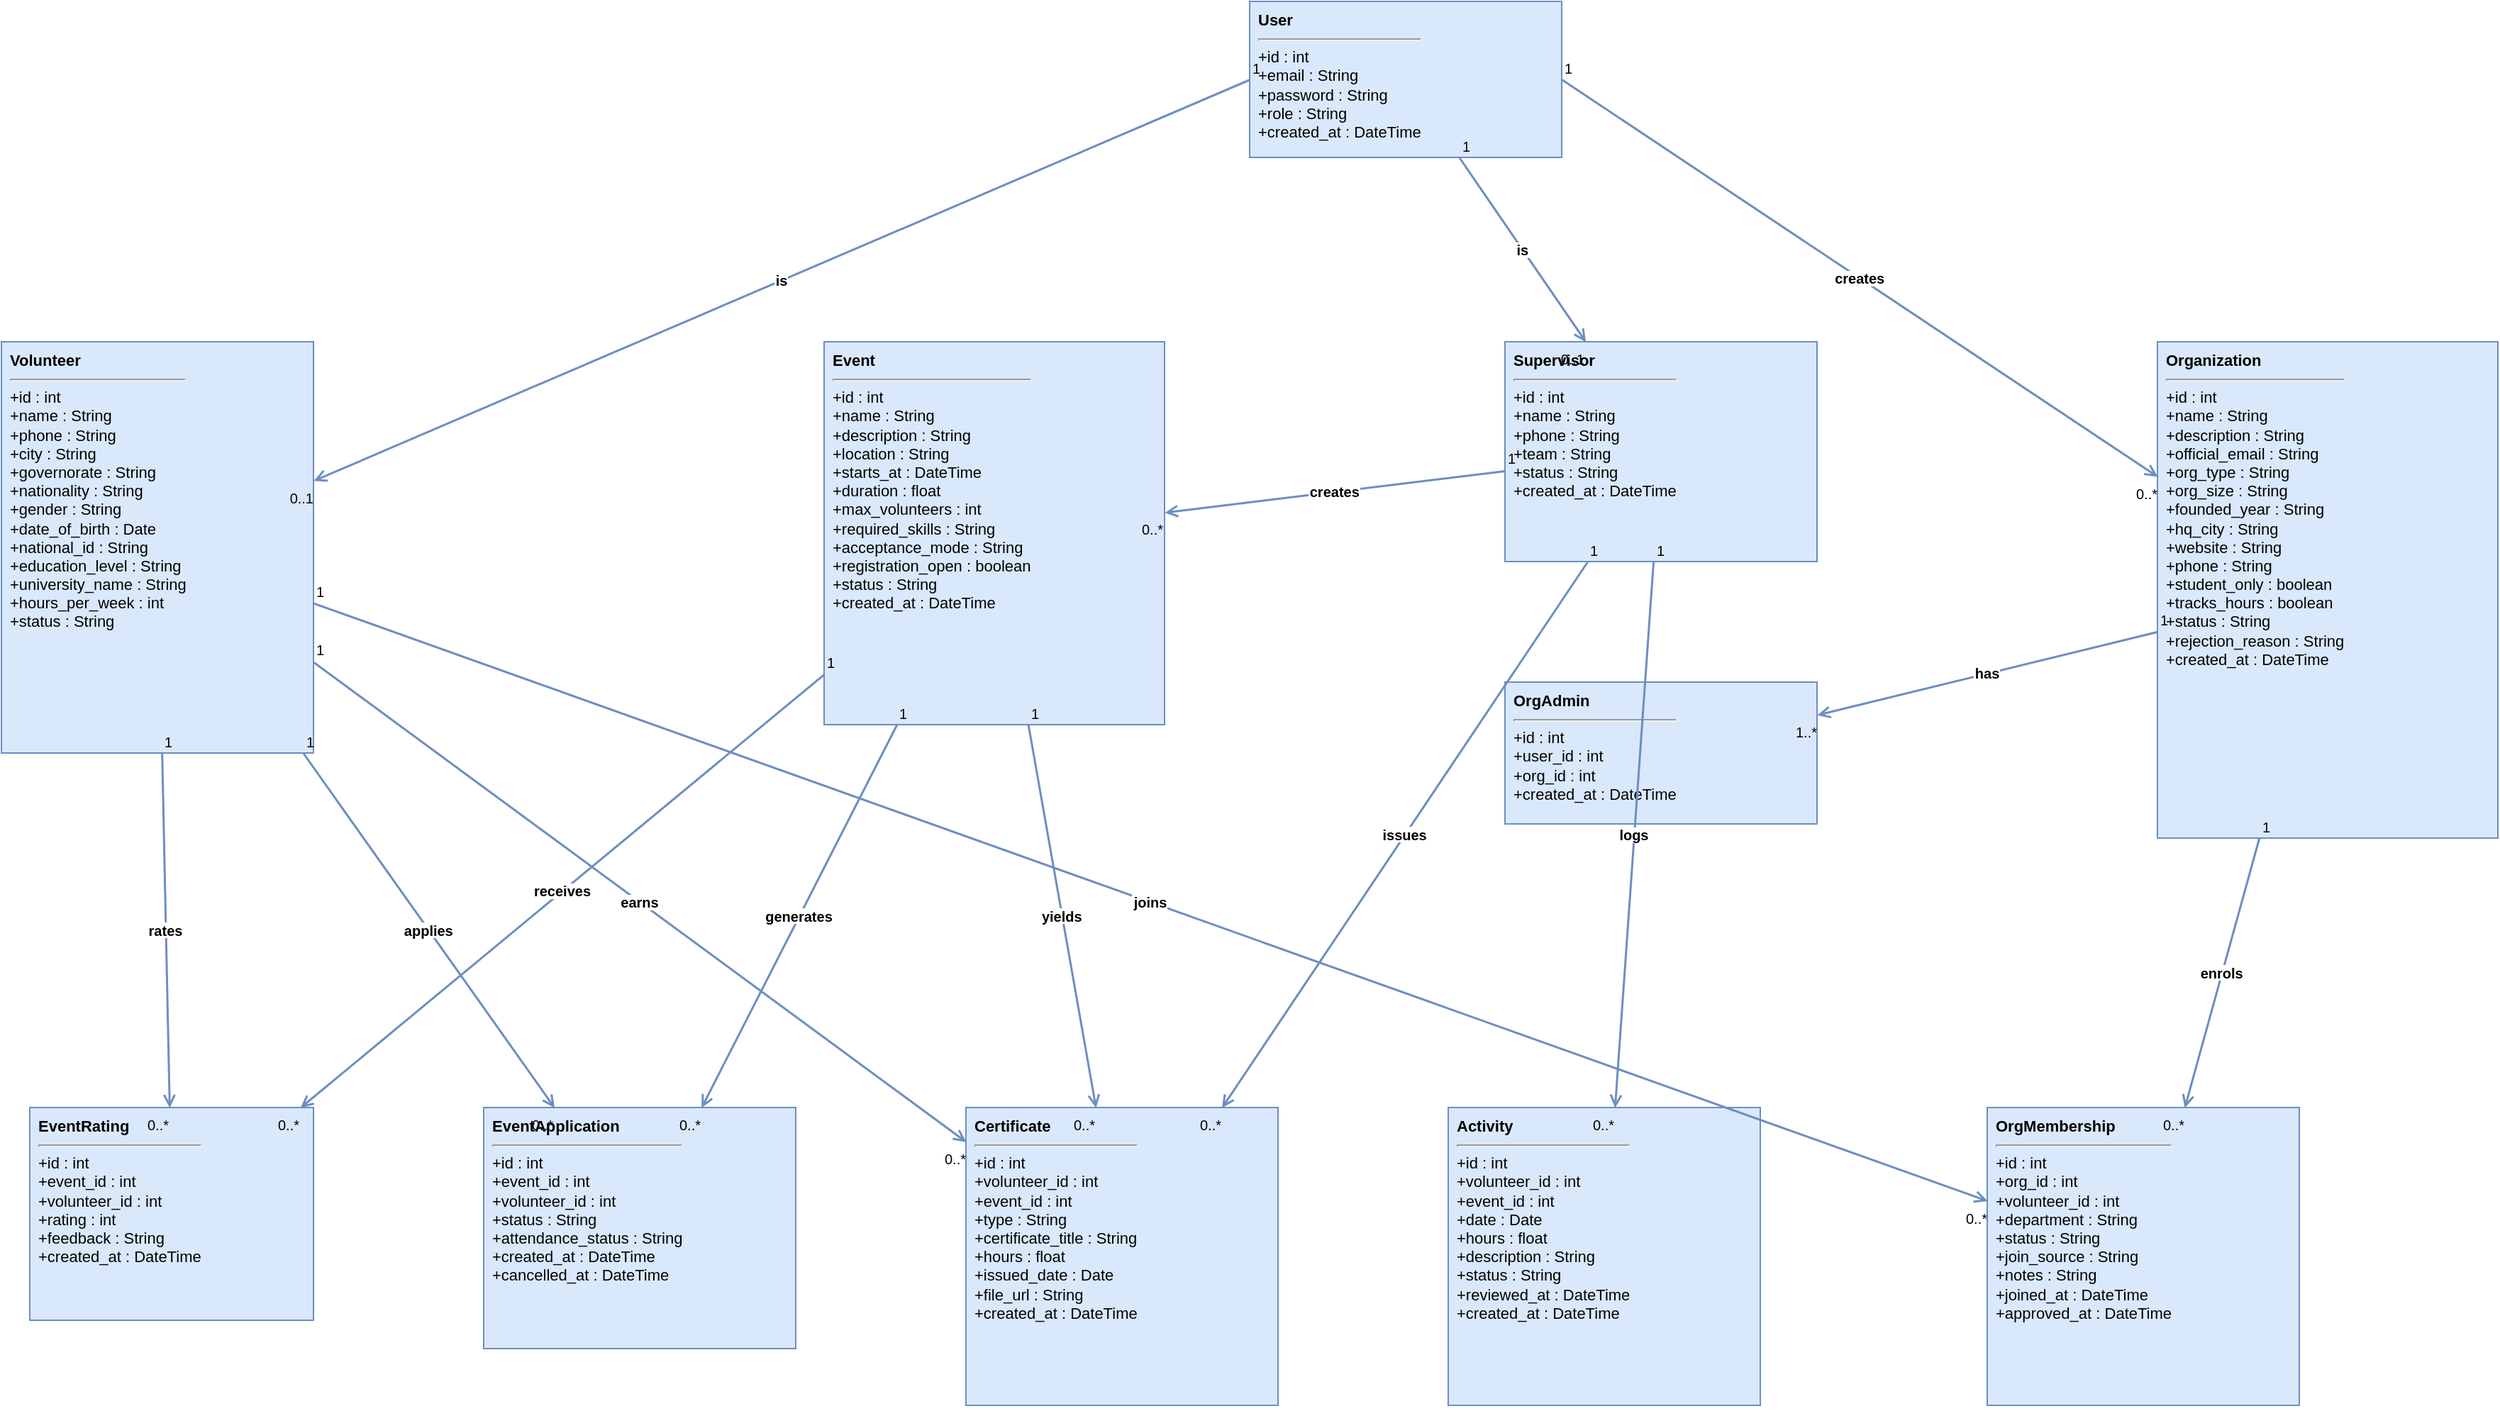
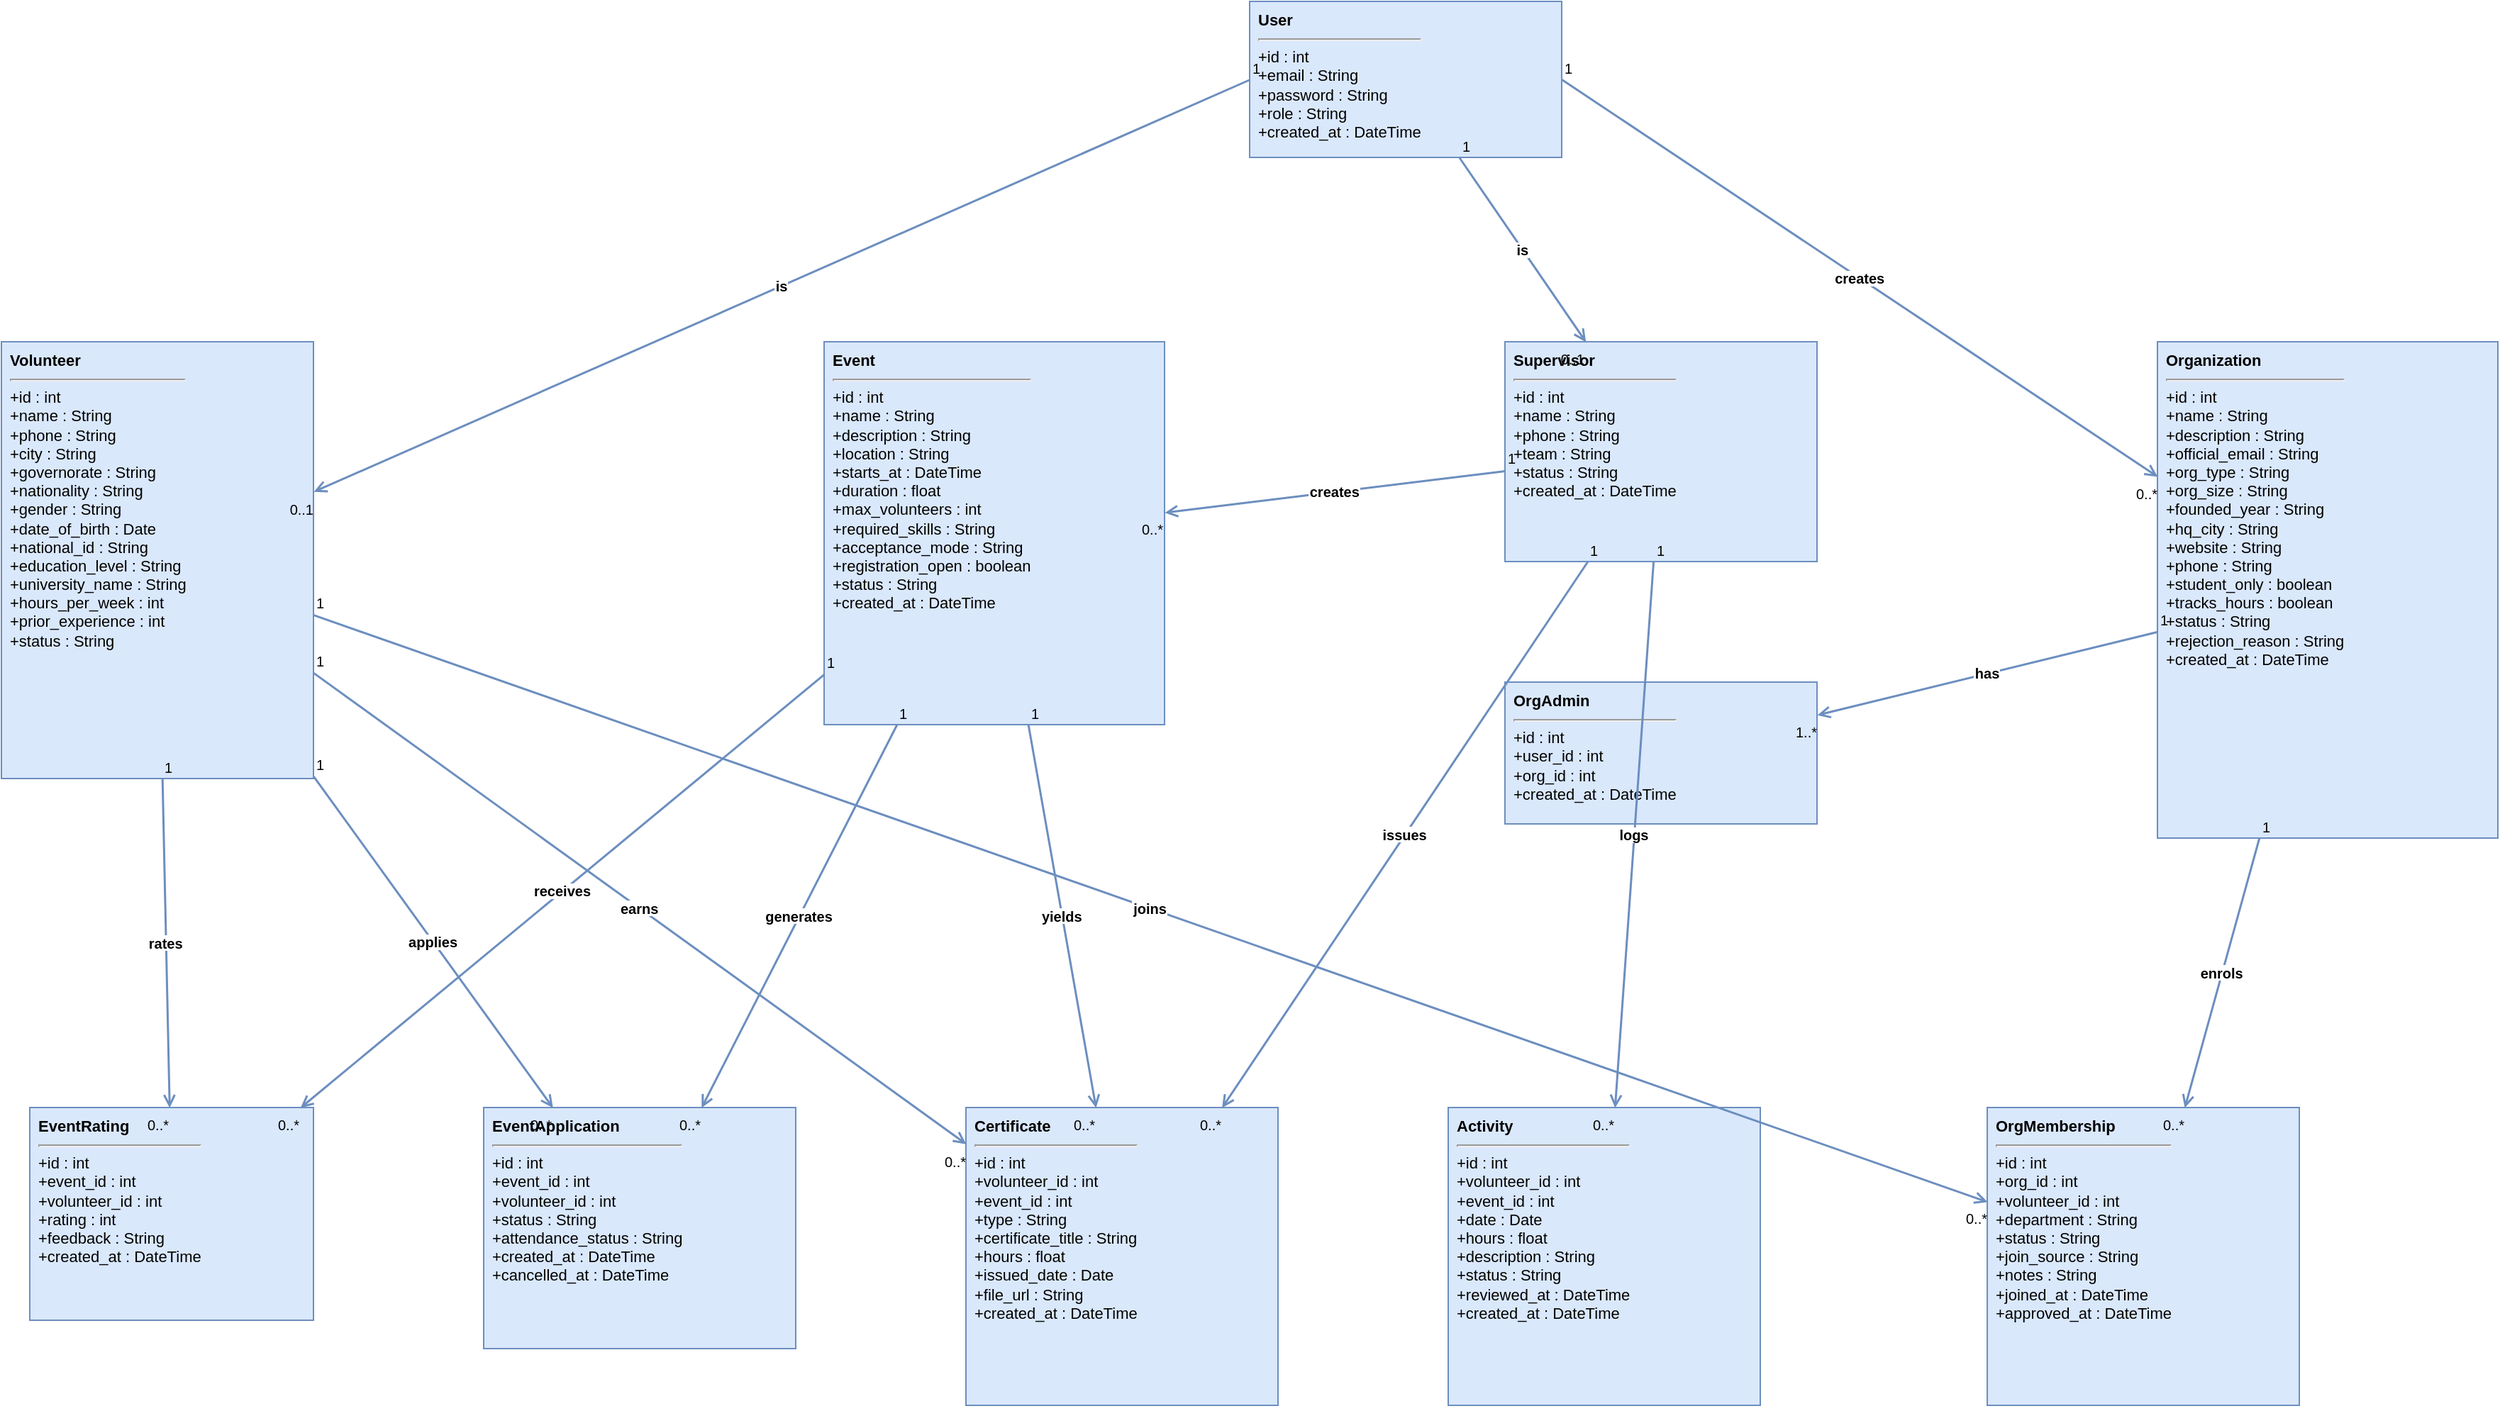
<?xml version="1.0" encoding="UTF-8"?>
<mxGraphModel dx="1422" dy="762" grid="1" gridSize="10" guides="1" tooltips="1" connect="1" arrows="1" fold="1" page="1" pageScale="1" pageWidth="2400" pageHeight="1600" math="0" shadow="0">
  <root>
    <mxCell id="0" />
    <mxCell id="1" parent="0" />

    <!-- USER -->
    <mxCell id="User" value="&lt;b&gt;User&lt;/b&gt;&lt;hr/&gt;+id : int&lt;br/&gt;+email : String&lt;br/&gt;+password : String&lt;br/&gt;+role : String&lt;br/&gt;+created_at : DateTime" style="text;html=1;strokeColor=#6c8ebf;fillColor=#dae8fc;align=left;verticalAlign=top;spacingLeft=4;spacingRight=4;overflow=hidden;rotatable=0;fontSize=11;whiteSpace=nowrap;" vertex="1" parent="1">
      <mxGeometry x="920" y="40" width="220" height="110" as="geometry" />
    </mxCell>

    <!-- VOLUNTEER -->
-     <mxCell id="Vol" value="&lt;b&gt;Volunteer&lt;/b&gt;&lt;hr/&gt;+id : int&lt;br/&gt;+name : String&lt;br/&gt;+phone : String&lt;br/&gt;+city : String&lt;br/&gt;+governorate : String&lt;br/&gt;+nationality : String&lt;br/&gt;+gender : String&lt;br/&gt;+date_of_birth : Date&lt;br/&gt;+national_id : String&lt;br/&gt;+education_level : String&lt;br/&gt;+university_name : String&lt;br/&gt;+hours_per_week : int&lt;br/&gt;+status : String" style="text;html=1;strokeColor=#6c8ebf;fillColor=#dae8fc;align=left;verticalAlign=top;spacingLeft=4;spacingRight=4;overflow=hidden;rotatable=0;fontSize=11;whiteSpace=nowrap;" vertex="1" parent="1">
-       <mxGeometry x="40" y="280" width="220" height="290" as="geometry" />
+     <mxCell id="Vol" value="&lt;b&gt;Volunteer&lt;/b&gt;&lt;hr/&gt;+id : int&lt;br/&gt;+name : String&lt;br/&gt;+phone : String&lt;br/&gt;+city : String&lt;br/&gt;+governorate : String&lt;br/&gt;+nationality : String&lt;br/&gt;+gender : String&lt;br/&gt;+date_of_birth : Date&lt;br/&gt;+national_id : String&lt;br/&gt;+education_level : String&lt;br/&gt;+university_name : String&lt;br/&gt;+hours_per_week : int&lt;br/&gt;+prior_experience : int&lt;br/&gt;+status : String" style="text;html=1;strokeColor=#6c8ebf;fillColor=#dae8fc;align=left;verticalAlign=top;spacingLeft=4;spacingRight=4;overflow=hidden;rotatable=0;fontSize=11;whiteSpace=nowrap;" vertex="1" parent="1">
+       <mxGeometry x="40" y="280" width="220" height="308" as="geometry" />
    </mxCell>

    <!-- EVENT -->
    <mxCell id="Evt" value="&lt;b&gt;Event&lt;/b&gt;&lt;hr/&gt;+id : int&lt;br/&gt;+name : String&lt;br/&gt;+description : String&lt;br/&gt;+location : String&lt;br/&gt;+starts_at : DateTime&lt;br/&gt;+duration : float&lt;br/&gt;+max_volunteers : int&lt;br/&gt;+required_skills : String&lt;br/&gt;+acceptance_mode : String&lt;br/&gt;+registration_open : boolean&lt;br/&gt;+status : String&lt;br/&gt;+created_at : DateTime" style="text;html=1;strokeColor=#6c8ebf;fillColor=#dae8fc;align=left;verticalAlign=top;spacingLeft=4;spacingRight=4;overflow=hidden;rotatable=0;fontSize=11;whiteSpace=nowrap;" vertex="1" parent="1">
      <mxGeometry x="620" y="280" width="240" height="270" as="geometry" />
    </mxCell>

    <!-- SUPERVISOR -->
    <mxCell id="Sup" value="&lt;b&gt;Supervisor&lt;/b&gt;&lt;hr/&gt;+id : int&lt;br/&gt;+name : String&lt;br/&gt;+phone : String&lt;br/&gt;+team : String&lt;br/&gt;+status : String&lt;br/&gt;+created_at : DateTime" style="text;html=1;strokeColor=#6c8ebf;fillColor=#dae8fc;align=left;verticalAlign=top;spacingLeft=4;spacingRight=4;overflow=hidden;rotatable=0;fontSize=11;whiteSpace=nowrap;" vertex="1" parent="1">
      <mxGeometry x="1100" y="280" width="220" height="155" as="geometry" />
    </mxCell>

    <!-- ORGADMIN -->
    <mxCell id="OA" value="&lt;b&gt;OrgAdmin&lt;/b&gt;&lt;hr/&gt;+id : int&lt;br/&gt;+user_id : int&lt;br/&gt;+org_id : int&lt;br/&gt;+created_at : DateTime" style="text;html=1;strokeColor=#6c8ebf;fillColor=#dae8fc;align=left;verticalAlign=top;spacingLeft=4;spacingRight=4;overflow=hidden;rotatable=0;fontSize=11;whiteSpace=nowrap;" vertex="1" parent="1">
      <mxGeometry x="1100" y="520" width="220" height="100" as="geometry" />
    </mxCell>

    <!-- ORGANIZATION -->
    <mxCell id="Org" value="&lt;b&gt;Organization&lt;/b&gt;&lt;hr/&gt;+id : int&lt;br/&gt;+name : String&lt;br/&gt;+description : String&lt;br/&gt;+official_email : String&lt;br/&gt;+org_type : String&lt;br/&gt;+org_size : String&lt;br/&gt;+founded_year : String&lt;br/&gt;+hq_city : String&lt;br/&gt;+website : String&lt;br/&gt;+phone : String&lt;br/&gt;+student_only : boolean&lt;br/&gt;+tracks_hours : boolean&lt;br/&gt;+status : String&lt;br/&gt;+rejection_reason : String&lt;br/&gt;+created_at : DateTime" style="text;html=1;strokeColor=#6c8ebf;fillColor=#dae8fc;align=left;verticalAlign=top;spacingLeft=4;spacingRight=4;overflow=hidden;rotatable=0;fontSize=11;whiteSpace=nowrap;" vertex="1" parent="1">
      <mxGeometry x="1560" y="280" width="240" height="350" as="geometry" />
    </mxCell>

    <!-- EVENT APPLICATION -->
    <mxCell id="EA" value="&lt;b&gt;EventApplication&lt;/b&gt;&lt;hr/&gt;+id : int&lt;br/&gt;+event_id : int&lt;br/&gt;+volunteer_id : int&lt;br/&gt;+status : String&lt;br/&gt;+attendance_status : String&lt;br/&gt;+created_at : DateTime&lt;br/&gt;+cancelled_at : DateTime" style="text;html=1;strokeColor=#6c8ebf;fillColor=#dae8fc;align=left;verticalAlign=top;spacingLeft=4;spacingRight=4;overflow=hidden;rotatable=0;fontSize=11;whiteSpace=nowrap;" vertex="1" parent="1">
      <mxGeometry x="380" y="820" width="220" height="170" as="geometry" />
    </mxCell>

    <!-- CERTIFICATE -->
    <mxCell id="Cert" value="&lt;b&gt;Certificate&lt;/b&gt;&lt;hr/&gt;+id : int&lt;br/&gt;+volunteer_id : int&lt;br/&gt;+event_id : int&lt;br/&gt;+type : String&lt;br/&gt;+certificate_title : String&lt;br/&gt;+hours : float&lt;br/&gt;+issued_date : Date&lt;br/&gt;+file_url : String&lt;br/&gt;+created_at : DateTime" style="text;html=1;strokeColor=#6c8ebf;fillColor=#dae8fc;align=left;verticalAlign=top;spacingLeft=4;spacingRight=4;overflow=hidden;rotatable=0;fontSize=11;whiteSpace=nowrap;" vertex="1" parent="1">
      <mxGeometry x="720" y="820" width="220" height="210" as="geometry" />
    </mxCell>

    <!-- ACTIVITY -->
    <mxCell id="Act" value="&lt;b&gt;Activity&lt;/b&gt;&lt;hr/&gt;+id : int&lt;br/&gt;+volunteer_id : int&lt;br/&gt;+event_id : int&lt;br/&gt;+date : Date&lt;br/&gt;+hours : float&lt;br/&gt;+description : String&lt;br/&gt;+status : String&lt;br/&gt;+reviewed_at : DateTime&lt;br/&gt;+created_at : DateTime" style="text;html=1;strokeColor=#6c8ebf;fillColor=#dae8fc;align=left;verticalAlign=top;spacingLeft=4;spacingRight=4;overflow=hidden;rotatable=0;fontSize=11;whiteSpace=nowrap;" vertex="1" parent="1">
      <mxGeometry x="1060" y="820" width="220" height="210" as="geometry" />
    </mxCell>

    <!-- ORG MEMBERSHIP -->
    <mxCell id="OM" value="&lt;b&gt;OrgMembership&lt;/b&gt;&lt;hr/&gt;+id : int&lt;br/&gt;+org_id : int&lt;br/&gt;+volunteer_id : int&lt;br/&gt;+department : String&lt;br/&gt;+status : String&lt;br/&gt;+join_source : String&lt;br/&gt;+notes : String&lt;br/&gt;+joined_at : DateTime&lt;br/&gt;+approved_at : DateTime" style="text;html=1;strokeColor=#6c8ebf;fillColor=#dae8fc;align=left;verticalAlign=top;spacingLeft=4;spacingRight=4;overflow=hidden;rotatable=0;fontSize=11;whiteSpace=nowrap;" vertex="1" parent="1">
      <mxGeometry x="1440" y="820" width="220" height="210" as="geometry" />
    </mxCell>

    <!-- EVENT RATING -->
    <mxCell id="ER" value="&lt;b&gt;EventRating&lt;/b&gt;&lt;hr/&gt;+id : int&lt;br/&gt;+event_id : int&lt;br/&gt;+volunteer_id : int&lt;br/&gt;+rating : int&lt;br/&gt;+feedback : String&lt;br/&gt;+created_at : DateTime" style="text;html=1;strokeColor=#6c8ebf;fillColor=#dae8fc;align=left;verticalAlign=top;spacingLeft=4;spacingRight=4;overflow=hidden;rotatable=0;fontSize=11;whiteSpace=nowrap;" vertex="1" parent="1">
      <mxGeometry x="60" y="820" width="200" height="150" as="geometry" />
    </mxCell>

    <!-- ===== RELATIONSHIPS ===== -->

    <!-- User → Volunteer : is -->
    <mxCell id="r_UV" value="is" style="endArrow=open;endFill=0;strokeColor=#6c8ebf;strokeWidth=1.5;fontSize=10;fontStyle=1;exitX=0;exitY=0.5;exitDx=0;exitDy=0;" edge="1" parent="1" source="User" target="Vol">
      <mxGeometry relative="1" as="geometry" />
    </mxCell>
    <mxCell id="r_UV_s" value="1" style="resizable=0;html=1;align=left;verticalAlign=bottom;labelBackgroundColor=none;fontSize=10;" connectable="0" vertex="1" parent="r_UV"><mxGeometry x="-1" relative="1" as="geometry"><mxPoint as="offset"/></mxGeometry></mxCell>
    <mxCell id="r_UV_t" value="0..1" style="resizable=0;html=1;align=right;verticalAlign=top;labelBackgroundColor=none;fontSize=10;" connectable="0" vertex="1" parent="r_UV"><mxGeometry x="1" relative="1" as="geometry"><mxPoint as="offset"/></mxGeometry></mxCell>

    <!-- User → Supervisor : is -->
    <mxCell id="r_US" value="is" style="endArrow=open;endFill=0;strokeColor=#6c8ebf;strokeWidth=1.5;fontSize=10;fontStyle=1;" edge="1" parent="1" source="User" target="Sup">
      <mxGeometry relative="1" as="geometry" />
    </mxCell>
    <mxCell id="r_US_s" value="1" style="resizable=0;html=1;align=left;verticalAlign=bottom;labelBackgroundColor=none;fontSize=10;" connectable="0" vertex="1" parent="r_US"><mxGeometry x="-1" relative="1" as="geometry"><mxPoint as="offset"/></mxGeometry></mxCell>
    <mxCell id="r_US_t" value="0..1" style="resizable=0;html=1;align=right;verticalAlign=top;labelBackgroundColor=none;fontSize=10;" connectable="0" vertex="1" parent="r_US"><mxGeometry x="1" relative="1" as="geometry"><mxPoint as="offset"/></mxGeometry></mxCell>

    <!-- User → Organization : creates -->
    <mxCell id="r_UOrg" value="creates" style="endArrow=open;endFill=0;strokeColor=#6c8ebf;strokeWidth=1.5;fontSize=10;fontStyle=1;exitX=1;exitY=0.5;exitDx=0;exitDy=0;" edge="1" parent="1" source="User" target="Org">
      <mxGeometry relative="1" as="geometry" />
    </mxCell>
    <mxCell id="r_UOrg_s" value="1" style="resizable=0;html=1;align=left;verticalAlign=bottom;labelBackgroundColor=none;fontSize=10;" connectable="0" vertex="1" parent="r_UOrg"><mxGeometry x="-1" relative="1" as="geometry"><mxPoint as="offset"/></mxGeometry></mxCell>
    <mxCell id="r_UOrg_t" value="0..*" style="resizable=0;html=1;align=right;verticalAlign=top;labelBackgroundColor=none;fontSize=10;" connectable="0" vertex="1" parent="r_UOrg"><mxGeometry x="1" relative="1" as="geometry"><mxPoint as="offset"/></mxGeometry></mxCell>

    <!-- Supervisor → Event : creates -->
    <mxCell id="r_SE" value="creates" style="endArrow=open;endFill=0;strokeColor=#6c8ebf;strokeWidth=1.5;fontSize=10;fontStyle=1;" edge="1" parent="1" source="Sup" target="Evt">
      <mxGeometry relative="1" as="geometry" />
    </mxCell>
    <mxCell id="r_SE_s" value="1" style="resizable=0;html=1;align=left;verticalAlign=bottom;labelBackgroundColor=none;fontSize=10;" connectable="0" vertex="1" parent="r_SE"><mxGeometry x="-1" relative="1" as="geometry"><mxPoint as="offset"/></mxGeometry></mxCell>
    <mxCell id="r_SE_t" value="0..*" style="resizable=0;html=1;align=right;verticalAlign=top;labelBackgroundColor=none;fontSize=10;" connectable="0" vertex="1" parent="r_SE"><mxGeometry x="1" relative="1" as="geometry"><mxPoint as="offset"/></mxGeometry></mxCell>

    <!-- Organization → OrgAdmin : has -->
    <mxCell id="r_OOA" value="has" style="endArrow=open;endFill=0;strokeColor=#6c8ebf;strokeWidth=1.5;fontSize=10;fontStyle=1;" edge="1" parent="1" source="Org" target="OA">
      <mxGeometry relative="1" as="geometry" />
    </mxCell>
    <mxCell id="r_OOA_s" value="1" style="resizable=0;html=1;align=left;verticalAlign=bottom;labelBackgroundColor=none;fontSize=10;" connectable="0" vertex="1" parent="r_OOA"><mxGeometry x="-1" relative="1" as="geometry"><mxPoint as="offset"/></mxGeometry></mxCell>
    <mxCell id="r_OOA_t" value="1..*" style="resizable=0;html=1;align=right;verticalAlign=top;labelBackgroundColor=none;fontSize=10;" connectable="0" vertex="1" parent="r_OOA"><mxGeometry x="1" relative="1" as="geometry"><mxPoint as="offset"/></mxGeometry></mxCell>

    <!-- Organization → OrgMembership : enrols -->
    <mxCell id="r_OOM" value="enrols" style="endArrow=open;endFill=0;strokeColor=#6c8ebf;strokeWidth=1.5;fontSize=10;fontStyle=1;" edge="1" parent="1" source="Org" target="OM">
      <mxGeometry relative="1" as="geometry" />
    </mxCell>
    <mxCell id="r_OOM_s" value="1" style="resizable=0;html=1;align=left;verticalAlign=bottom;labelBackgroundColor=none;fontSize=10;" connectable="0" vertex="1" parent="r_OOM"><mxGeometry x="-1" relative="1" as="geometry"><mxPoint as="offset"/></mxGeometry></mxCell>
    <mxCell id="r_OOM_t" value="0..*" style="resizable=0;html=1;align=right;verticalAlign=top;labelBackgroundColor=none;fontSize=10;" connectable="0" vertex="1" parent="r_OOM"><mxGeometry x="1" relative="1" as="geometry"><mxPoint as="offset"/></mxGeometry></mxCell>

    <!-- Volunteer → EventApplication : applies -->
    <mxCell id="r_VEA" value="applies" style="endArrow=open;endFill=0;strokeColor=#6c8ebf;strokeWidth=1.5;fontSize=10;fontStyle=1;" edge="1" parent="1" source="Vol" target="EA">
      <mxGeometry relative="1" as="geometry" />
    </mxCell>
    <mxCell id="r_VEA_s" value="1" style="resizable=0;html=1;align=left;verticalAlign=bottom;labelBackgroundColor=none;fontSize=10;" connectable="0" vertex="1" parent="r_VEA"><mxGeometry x="-1" relative="1" as="geometry"><mxPoint as="offset"/></mxGeometry></mxCell>
    <mxCell id="r_VEA_t" value="0..*" style="resizable=0;html=1;align=right;verticalAlign=top;labelBackgroundColor=none;fontSize=10;" connectable="0" vertex="1" parent="r_VEA"><mxGeometry x="1" relative="1" as="geometry"><mxPoint as="offset"/></mxGeometry></mxCell>

    <!-- Volunteer → EventRating : rates -->
    <mxCell id="r_VER" value="rates" style="endArrow=open;endFill=0;strokeColor=#6c8ebf;strokeWidth=1.5;fontSize=10;fontStyle=1;" edge="1" parent="1" source="Vol" target="ER">
      <mxGeometry relative="1" as="geometry" />
    </mxCell>
    <mxCell id="r_VER_s" value="1" style="resizable=0;html=1;align=left;verticalAlign=bottom;labelBackgroundColor=none;fontSize=10;" connectable="0" vertex="1" parent="r_VER"><mxGeometry x="-1" relative="1" as="geometry"><mxPoint as="offset"/></mxGeometry></mxCell>
    <mxCell id="r_VER_t" value="0..*" style="resizable=0;html=1;align=right;verticalAlign=top;labelBackgroundColor=none;fontSize=10;" connectable="0" vertex="1" parent="r_VER"><mxGeometry x="1" relative="1" as="geometry"><mxPoint as="offset"/></mxGeometry></mxCell>

    <!-- Volunteer → Certificate : earns -->
    <mxCell id="r_VCert" value="earns" style="endArrow=open;endFill=0;strokeColor=#6c8ebf;strokeWidth=1.5;fontSize=10;fontStyle=1;" edge="1" parent="1" source="Vol" target="Cert">
      <mxGeometry relative="1" as="geometry" />
    </mxCell>
    <mxCell id="r_VCert_s" value="1" style="resizable=0;html=1;align=left;verticalAlign=bottom;labelBackgroundColor=none;fontSize=10;" connectable="0" vertex="1" parent="r_VCert"><mxGeometry x="-1" relative="1" as="geometry"><mxPoint as="offset"/></mxGeometry></mxCell>
    <mxCell id="r_VCert_t" value="0..*" style="resizable=0;html=1;align=right;verticalAlign=top;labelBackgroundColor=none;fontSize=10;" connectable="0" vertex="1" parent="r_VCert"><mxGeometry x="1" relative="1" as="geometry"><mxPoint as="offset"/></mxGeometry></mxCell>

    <!-- Volunteer → OrgMembership : joins -->
    <mxCell id="r_VOM" value="joins" style="endArrow=open;endFill=0;strokeColor=#6c8ebf;strokeWidth=1.5;fontSize=10;fontStyle=1;" edge="1" parent="1" source="Vol" target="OM">
      <mxGeometry relative="1" as="geometry" />
    </mxCell>
    <mxCell id="r_VOM_s" value="1" style="resizable=0;html=1;align=left;verticalAlign=bottom;labelBackgroundColor=none;fontSize=10;" connectable="0" vertex="1" parent="r_VOM"><mxGeometry x="-1" relative="1" as="geometry"><mxPoint as="offset"/></mxGeometry></mxCell>
    <mxCell id="r_VOM_t" value="0..*" style="resizable=0;html=1;align=right;verticalAlign=top;labelBackgroundColor=none;fontSize=10;" connectable="0" vertex="1" parent="r_VOM"><mxGeometry x="1" relative="1" as="geometry"><mxPoint as="offset"/></mxGeometry></mxCell>

    <!-- Event → EventApplication : generates -->
    <mxCell id="r_EEA" value="generates" style="endArrow=open;endFill=0;strokeColor=#6c8ebf;strokeWidth=1.5;fontSize=10;fontStyle=1;" edge="1" parent="1" source="Evt" target="EA">
      <mxGeometry relative="1" as="geometry" />
    </mxCell>
    <mxCell id="r_EEA_s" value="1" style="resizable=0;html=1;align=left;verticalAlign=bottom;labelBackgroundColor=none;fontSize=10;" connectable="0" vertex="1" parent="r_EEA"><mxGeometry x="-1" relative="1" as="geometry"><mxPoint as="offset"/></mxGeometry></mxCell>
    <mxCell id="r_EEA_t" value="0..*" style="resizable=0;html=1;align=right;verticalAlign=top;labelBackgroundColor=none;fontSize=10;" connectable="0" vertex="1" parent="r_EEA"><mxGeometry x="1" relative="1" as="geometry"><mxPoint as="offset"/></mxGeometry></mxCell>

    <!-- Event → Certificate : yields -->
    <mxCell id="r_ECert" value="yields" style="endArrow=open;endFill=0;strokeColor=#6c8ebf;strokeWidth=1.5;fontSize=10;fontStyle=1;" edge="1" parent="1" source="Evt" target="Cert">
      <mxGeometry relative="1" as="geometry" />
    </mxCell>
    <mxCell id="r_ECert_s" value="1" style="resizable=0;html=1;align=left;verticalAlign=bottom;labelBackgroundColor=none;fontSize=10;" connectable="0" vertex="1" parent="r_ECert"><mxGeometry x="-1" relative="1" as="geometry"><mxPoint as="offset"/></mxGeometry></mxCell>
    <mxCell id="r_ECert_t" value="0..*" style="resizable=0;html=1;align=right;verticalAlign=top;labelBackgroundColor=none;fontSize=10;" connectable="0" vertex="1" parent="r_ECert"><mxGeometry x="1" relative="1" as="geometry"><mxPoint as="offset"/></mxGeometry></mxCell>

    <!-- Event → EventRating : receives -->
    <mxCell id="r_EER" value="receives" style="endArrow=open;endFill=0;strokeColor=#6c8ebf;strokeWidth=1.5;fontSize=10;fontStyle=1;" edge="1" parent="1" source="Evt" target="ER">
      <mxGeometry relative="1" as="geometry" />
    </mxCell>
    <mxCell id="r_EER_s" value="1" style="resizable=0;html=1;align=left;verticalAlign=bottom;labelBackgroundColor=none;fontSize=10;" connectable="0" vertex="1" parent="r_EER"><mxGeometry x="-1" relative="1" as="geometry"><mxPoint as="offset"/></mxGeometry></mxCell>
    <mxCell id="r_EER_t" value="0..*" style="resizable=0;html=1;align=right;verticalAlign=top;labelBackgroundColor=none;fontSize=10;" connectable="0" vertex="1" parent="r_EER"><mxGeometry x="1" relative="1" as="geometry"><mxPoint as="offset"/></mxGeometry></mxCell>

    <!-- Supervisor → Activity : logs -->
    <mxCell id="r_SA" value="logs" style="endArrow=open;endFill=0;strokeColor=#6c8ebf;strokeWidth=1.5;fontSize=10;fontStyle=1;" edge="1" parent="1" source="Sup" target="Act">
      <mxGeometry relative="1" as="geometry" />
    </mxCell>
    <mxCell id="r_SA_s" value="1" style="resizable=0;html=1;align=left;verticalAlign=bottom;labelBackgroundColor=none;fontSize=10;" connectable="0" vertex="1" parent="r_SA"><mxGeometry x="-1" relative="1" as="geometry"><mxPoint as="offset"/></mxGeometry></mxCell>
    <mxCell id="r_SA_t" value="0..*" style="resizable=0;html=1;align=right;verticalAlign=top;labelBackgroundColor=none;fontSize=10;" connectable="0" vertex="1" parent="r_SA"><mxGeometry x="1" relative="1" as="geometry"><mxPoint as="offset"/></mxGeometry></mxCell>

    <!-- Supervisor → Certificate : issues -->
    <mxCell id="r_SC" value="issues" style="endArrow=open;endFill=0;strokeColor=#6c8ebf;strokeWidth=1.5;fontSize=10;fontStyle=1;" edge="1" parent="1" source="Sup" target="Cert">
      <mxGeometry relative="1" as="geometry" />
    </mxCell>
    <mxCell id="r_SC_s" value="1" style="resizable=0;html=1;align=left;verticalAlign=bottom;labelBackgroundColor=none;fontSize=10;" connectable="0" vertex="1" parent="r_SC"><mxGeometry x="-1" relative="1" as="geometry"><mxPoint as="offset"/></mxGeometry></mxCell>
    <mxCell id="r_SC_t" value="0..*" style="resizable=0;html=1;align=right;verticalAlign=top;labelBackgroundColor=none;fontSize=10;" connectable="0" vertex="1" parent="r_SC"><mxGeometry x="1" relative="1" as="geometry"><mxPoint as="offset"/></mxGeometry></mxCell>

  </root>
</mxGraphModel>
